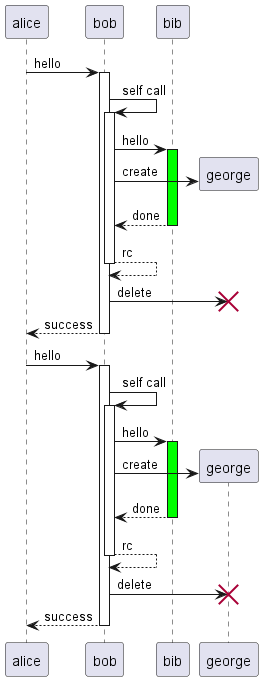
Earlier version of the PlantUML export 01_sequence_diagram/01.21-01.30/01_28-1.png (yasenstar/PlantUML_in_Action).
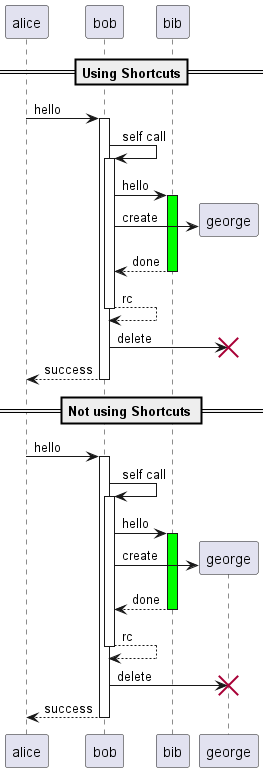
After the change.

What changed in the source:
```diff
@@ -1,4 +1,6 @@
 @startuml
+
+== Using Shortcuts==
 
 alice -> bob ++ : hello
 bob -> bob ++ : self call
@@ -9,6 +11,7 @@
 bob -> george !! : delete
 return success
 
+== Not using Shortcuts ==
 alice -> bob : hello
 activate bob
 bob -> bob : self call
```
